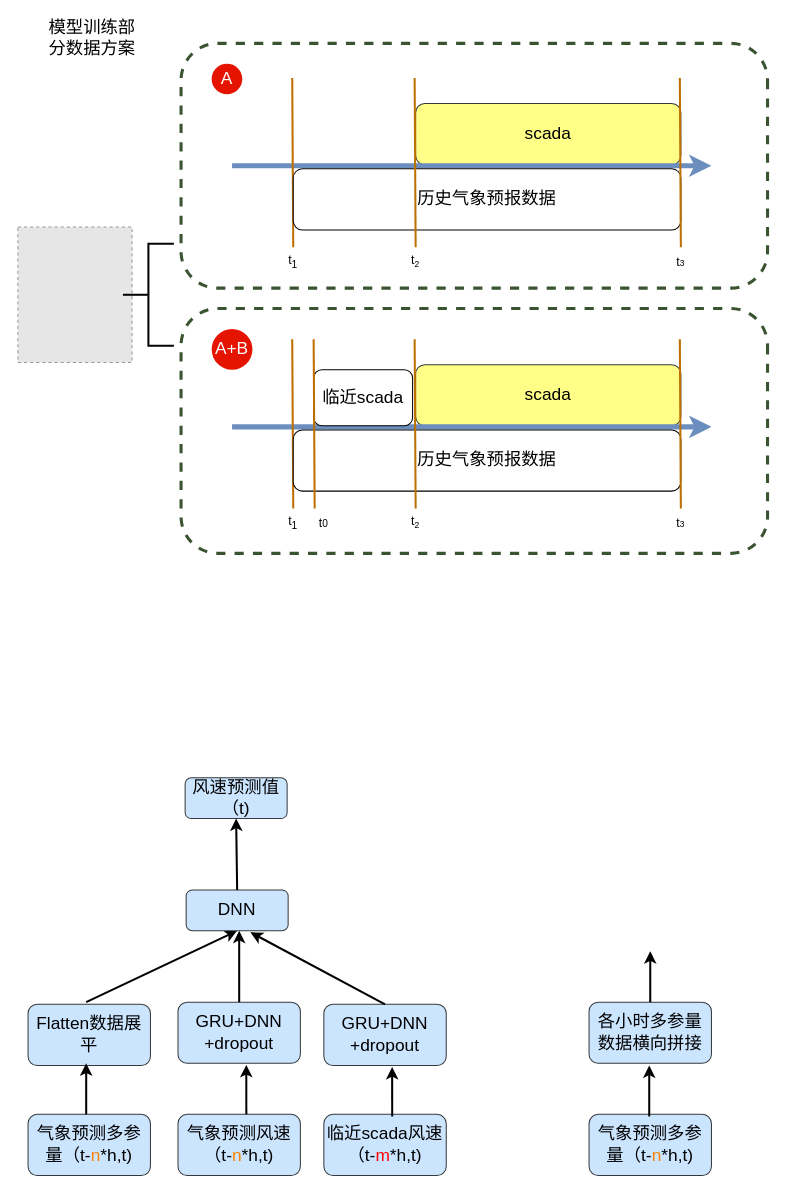
This is 专利.drawio from dingying1990/drawio, a draw.io file, before an edit. Source tidied: cells renumbered, new cells numbered last; positions are measured from the earlier drawing's top-left corner, leaving out a move shared by most shapes. Both pictures are drawn from the tidied source at 102%, with x=0, y=0 at pixel (17, 22). Pictures stored in the file or linked from it are replaced by grey dashed boxes.
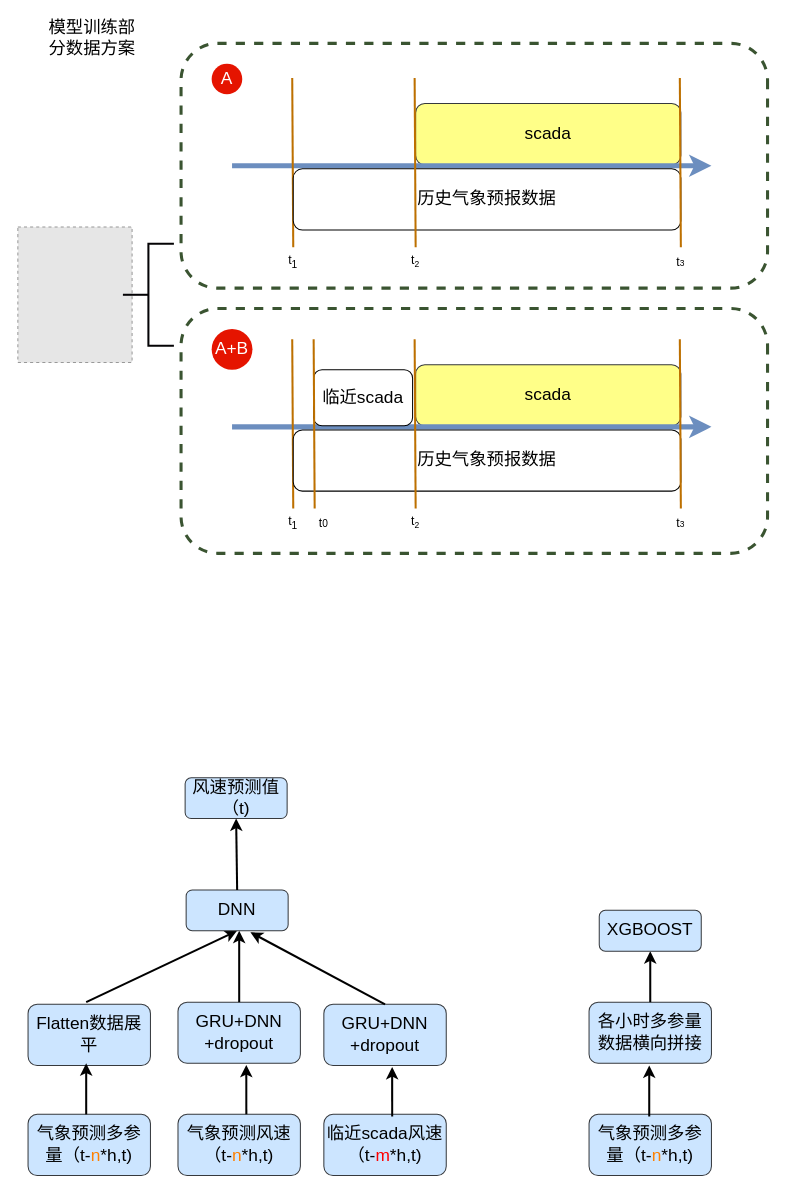
The same page after the edit.

Change to the diagram source:
```diff
@@
+    <mxCell id="50" value="XGBOOST" style="rounded=1;whiteSpace=wrap;html=1;strokeColor=#36393d;strokeWidth=1;fontSize=17;fillColor=#cce5ff;" parent="1" vertex="1">
+      <mxGeometry x="570" y="870" width="100" height="40" as="geometry" />
+    </mxCell>
```
